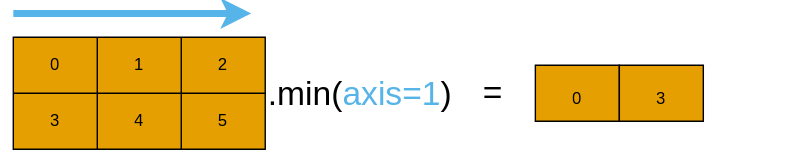
Above: content/img/np_min_2d_ax1.svg in qianglise/pykurs (draw.io), before the change. Source tidied: cells renumbered, new cells last; positions are measured from the earlier drawing's top-left corner, leaving out a move shared by most shapes. Its diagram source:
```xml
<mxGraphModel>
  <root>
    <mxCell id="0" />
    <mxCell id="1" parent="0" />
    <mxCell id="2" style="group;" parent="1" vertex="1">
      <mxGeometry y="17" width="553" height="80" as="geometry" />
    </mxCell>
    <mxCell id="3" style="group;" parent="2" vertex="1">
      <mxGeometry width="433" height="80" as="geometry" />
    </mxCell>
    <mxCell id="4" style="group;" parent="3" vertex="1">
      <mxGeometry width="313" height="80" as="geometry" />
    </mxCell>
    <mxCell id="5" style="group;" parent="4" vertex="1">
      <mxGeometry width="313" height="80" as="geometry" />
    </mxCell>
    <mxCell id="6" style="shape=table;startSize=0;shadow=0;sketch=0;fontColor=#000000;strokeColor=default;fillColor=#E69F00;gradientColor=none;" parent="5" vertex="1">
      <mxGeometry width="180" height="80" as="geometry" />
    </mxCell>
    <mxCell id="7" style="shape=tableRow;horizontal=0;startSize=0;swimlaneHead=0;swimlaneBody=0;top=0;left=0;bottom=0;right=0;fillColor=none;shadow=0;dashed=1;sketch=0;fontColor=#000000;strokeColor=default;" parent="6" vertex="1">
      <mxGeometry width="180" height="40" as="geometry" />
    </mxCell>
    <mxCell id="8" value="0" style="shape=partialRectangle;html=1;whiteSpace=wrap;overflow=hidden;fillColor=none;top=0;left=0;bottom=0;right=0;shadow=0;dashed=1;sketch=0;fontColor=#000000;strokeColor=default;" parent="7" vertex="1">
      <mxGeometry width="60" height="40" as="geometry" />
    </mxCell>
    <mxCell id="9" value="1" style="shape=partialRectangle;html=1;whiteSpace=wrap;overflow=hidden;fillColor=none;top=0;left=0;bottom=0;right=0;shadow=0;dashed=1;sketch=0;fontColor=#000000;strokeColor=default;" parent="7" vertex="1">
      <mxGeometry x="60" width="60" height="40" as="geometry" />
    </mxCell>
    <mxCell id="10" value="2" style="shape=partialRectangle;html=1;whiteSpace=wrap;overflow=hidden;fillColor=none;top=0;left=0;bottom=0;right=0;shadow=0;dashed=1;sketch=0;fontColor=#000000;strokeColor=default;" parent="7" vertex="1">
      <mxGeometry x="120" width="60" height="40" as="geometry" />
    </mxCell>
    <mxCell id="11" style="shape=tableRow;horizontal=0;startSize=0;swimlaneHead=0;swimlaneBody=0;top=0;left=0;bottom=0;right=0;fillColor=none;shadow=0;dashed=1;sketch=0;fontColor=#000000;strokeColor=default;" parent="6" vertex="1">
      <mxGeometry y="40" width="180" height="40" as="geometry" />
    </mxCell>
    <mxCell id="12" value="3" style="shape=partialRectangle;html=1;whiteSpace=wrap;overflow=hidden;fillColor=none;top=0;left=0;bottom=0;right=0;shadow=0;dashed=1;sketch=0;fontColor=#000000;strokeColor=default;" parent="11" vertex="1">
      <mxGeometry width="60" height="40" as="geometry" />
    </mxCell>
    <mxCell id="13" value="4" style="shape=partialRectangle;html=1;whiteSpace=wrap;overflow=hidden;fillColor=none;top=0;left=0;bottom=0;right=0;shadow=0;dashed=1;sketch=0;fontColor=#000000;strokeColor=default;" parent="11" vertex="1">
      <mxGeometry x="60" width="60" height="40" as="geometry" />
    </mxCell>
    <mxCell id="14" value="5" style="shape=partialRectangle;html=1;whiteSpace=wrap;overflow=hidden;fillColor=none;top=0;left=0;bottom=0;right=0;shadow=0;dashed=1;sketch=0;fontColor=#000000;strokeColor=default;" parent="11" vertex="1">
      <mxGeometry x="120" width="60" height="40" as="geometry" />
    </mxCell>
    <mxCell id="15" value=".min(&lt;font color=&quot;#56B4E9&quot;&gt;axis=1&lt;/font&gt;)" style="text;html=1;strokeColor=none;fillColor=none;align=center;verticalAlign=middle;whiteSpace=wrap;rounded=0;shadow=0;sketch=0;fontColor=#000000;fontSize=24;" parent="5" vertex="1">
      <mxGeometry x="183" y="26" width="130" height="30" as="geometry" />
    </mxCell>
    <mxCell id="16" style="group;" parent="3" vertex="1">
      <mxGeometry x="313" y="20" width="120" height="40" as="geometry" />
    </mxCell>
    <mxCell id="17" value="=" style="shape=partialRectangle;html=1;whiteSpace=wrap;overflow=hidden;fillColor=none;top=0;left=0;bottom=0;right=0;rounded=0;shadow=0;sketch=0;fontSize=24;fontColor=#000000;strokeColor=#000000;" parent="16" vertex="1">
      <mxGeometry width="60" height="40" as="geometry" />
    </mxCell>
    <mxCell id="18" style="shape=table;startSize=0;shadow=0;sketch=0;fontSize=24;fontColor=#000000;strokeColor=default;fillColor=#E69F00;gradientColor=none;" parent="16" vertex="1">
      <mxGeometry x="60" width="60" height="40" as="geometry" />
    </mxCell>
    <mxCell id="19" style="shape=tableRow;horizontal=0;startSize=0;swimlaneHead=0;swimlaneBody=0;top=0;left=0;bottom=0;right=0;fillColor=none;shadow=0;sketch=0;fontSize=24;fontColor=#000000;strokeColor=default;" parent="18" vertex="1">
      <mxGeometry width="60" height="40" as="geometry" />
    </mxCell>
    <mxCell id="20" value="&lt;font style=&quot;font-size: 12px&quot;&gt;0&lt;/font&gt;" style="shape=partialRectangle;html=1;whiteSpace=wrap;overflow=hidden;fillColor=none;top=0;left=0;bottom=0;right=0;shadow=0;sketch=0;fontSize=24;fontColor=#000000;strokeColor=default;" parent="19" vertex="1">
      <mxGeometry width="60" height="40" as="geometry" />
    </mxCell>
    <mxCell id="21" style="shape=table;startSize=0;shadow=0;sketch=0;fontSize=24;fontColor=#000000;strokeColor=default;fillColor=#E69F00;gradientColor=none;" parent="2" vertex="1">
      <mxGeometry x="433" y="20" width="60" height="40" as="geometry" />
    </mxCell>
    <mxCell id="22" style="shape=tableRow;horizontal=0;startSize=0;swimlaneHead=0;swimlaneBody=0;top=0;left=0;bottom=0;right=0;fillColor=none;shadow=0;sketch=0;fontSize=24;fontColor=#000000;strokeColor=default;" parent="21" vertex="1">
      <mxGeometry width="60" height="40" as="geometry" />
    </mxCell>
    <mxCell id="23" value="&lt;div&gt;&lt;font style=&quot;font-size: 12px&quot;&gt;3&lt;/font&gt;&lt;/div&gt;" style="shape=partialRectangle;html=1;whiteSpace=wrap;overflow=hidden;fillColor=none;top=0;left=0;bottom=0;right=0;shadow=0;sketch=0;fontSize=24;fontColor=#000000;strokeColor=default;" parent="22" vertex="1">
      <mxGeometry width="60" height="40" as="geometry" />
    </mxCell>
    <mxCell id="24" style="endArrow=classic;html=1;rounded=0;strokeColor=#56B4E9;strokeWidth=5;" parent="1" edge="1">
      <mxGeometry relative="1" as="geometry">
        <mxPoint as="sourcePoint" />
        <mxPoint x="170" as="targetPoint" />
      </mxGeometry>
    </mxCell>
  </root>
</mxGraphModel>
```
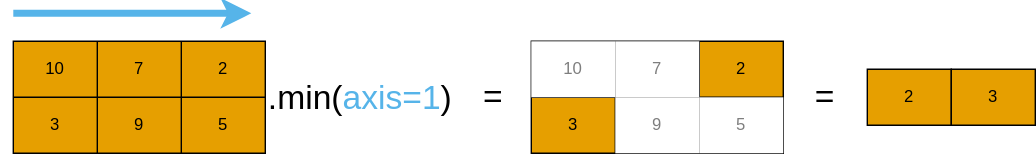
The same file after the commit.

The edit, as a diff of the source:
```diff
@@ -2,11 +2,14 @@
   <root>
     <mxCell id="0" />
     <mxCell id="1" parent="0" />
-    <mxCell id="2" style="group;" parent="1" vertex="1">
-      <mxGeometry y="17" width="553" height="80" as="geometry" />
+    <mxCell id="2" style="endArrow=classic;html=1;rounded=0;strokeColor=#56B4E9;strokeWidth=5;" parent="1" edge="1">
+      <mxGeometry relative="1" as="geometry">
+        <mxPoint x="620" y="10" as="sourcePoint" />
+        <mxPoint x="790" y="10" as="targetPoint" />
+      </mxGeometry>
     </mxCell>
-    <mxCell id="3" style="group;" parent="2" vertex="1">
-      <mxGeometry width="433" height="80" as="geometry" />
+    <mxCell id="3" style="group;" parent="1" vertex="1">
+      <mxGeometry x="620" y="30" width="430" height="80" as="geometry" />
     </mxCell>
     <mxCell id="4" style="group;" parent="3" vertex="1">
       <mxGeometry width="313" height="80" as="geometry" />
@@ -20,10 +23,10 @@
     <mxCell id="7" style="shape=tableRow;horizontal=0;startSize=0;swimlaneHead=0;swimlaneBody=0;top=0;left=0;bottom=0;right=0;fillColor=none;shadow=0;dashed=1;sketch=0;fontColor=#000000;strokeColor=default;" parent="6" vertex="1">
       <mxGeometry width="180" height="40" as="geometry" />
     </mxCell>
-    <mxCell id="8" value="0" style="shape=partialRectangle;html=1;whiteSpace=wrap;overflow=hidden;fillColor=none;top=0;left=0;bottom=0;right=0;shadow=0;dashed=1;sketch=0;fontColor=#000000;strokeColor=default;" parent="7" vertex="1">
+    <mxCell id="8" value="10" style="shape=partialRectangle;html=1;whiteSpace=wrap;overflow=hidden;fillColor=none;top=0;left=0;bottom=0;right=0;shadow=0;dashed=1;sketch=0;fontColor=#000000;strokeColor=default;" parent="7" vertex="1">
       <mxGeometry width="60" height="40" as="geometry" />
     </mxCell>
-    <mxCell id="9" value="1" style="shape=partialRectangle;html=1;whiteSpace=wrap;overflow=hidden;fillColor=none;top=0;left=0;bottom=0;right=0;shadow=0;dashed=1;sketch=0;fontColor=#000000;strokeColor=default;" parent="7" vertex="1">
+    <mxCell id="9" value="7" style="shape=partialRectangle;html=1;whiteSpace=wrap;overflow=hidden;fillColor=none;top=0;left=0;bottom=0;right=0;shadow=0;dashed=1;sketch=0;fontColor=#000000;strokeColor=default;" parent="7" vertex="1">
       <mxGeometry x="60" width="60" height="40" as="geometry" />
     </mxCell>
     <mxCell id="10" value="2" style="shape=partialRectangle;html=1;whiteSpace=wrap;overflow=hidden;fillColor=none;top=0;left=0;bottom=0;right=0;shadow=0;dashed=1;sketch=0;fontColor=#000000;strokeColor=default;" parent="7" vertex="1">
@@ -35,7 +38,7 @@
     <mxCell id="12" value="3" style="shape=partialRectangle;html=1;whiteSpace=wrap;overflow=hidden;fillColor=none;top=0;left=0;bottom=0;right=0;shadow=0;dashed=1;sketch=0;fontColor=#000000;strokeColor=default;" parent="11" vertex="1">
       <mxGeometry width="60" height="40" as="geometry" />
     </mxCell>
-    <mxCell id="13" value="4" style="shape=partialRectangle;html=1;whiteSpace=wrap;overflow=hidden;fillColor=none;top=0;left=0;bottom=0;right=0;shadow=0;dashed=1;sketch=0;fontColor=#000000;strokeColor=default;" parent="11" vertex="1">
+    <mxCell id="13" value="9" style="shape=partialRectangle;html=1;whiteSpace=wrap;overflow=hidden;fillColor=none;top=0;left=0;bottom=0;right=0;shadow=0;dashed=1;sketch=0;fontColor=#000000;strokeColor=default;" parent="11" vertex="1">
       <mxGeometry x="60" width="60" height="40" as="geometry" />
     </mxCell>
     <mxCell id="14" value="5" style="shape=partialRectangle;html=1;whiteSpace=wrap;overflow=hidden;fillColor=none;top=0;left=0;bottom=0;right=0;shadow=0;dashed=1;sketch=0;fontColor=#000000;strokeColor=default;" parent="11" vertex="1">
@@ -50,29 +53,56 @@
     <mxCell id="17" value="=" style="shape=partialRectangle;html=1;whiteSpace=wrap;overflow=hidden;fillColor=none;top=0;left=0;bottom=0;right=0;rounded=0;shadow=0;sketch=0;fontSize=24;fontColor=#000000;strokeColor=#000000;" parent="16" vertex="1">
       <mxGeometry width="60" height="40" as="geometry" />
     </mxCell>
-    <mxCell id="18" style="shape=table;startSize=0;shadow=0;sketch=0;fontSize=24;fontColor=#000000;strokeColor=default;fillColor=#E69F00;gradientColor=none;" parent="16" vertex="1">
-      <mxGeometry x="60" width="60" height="40" as="geometry" />
+    <mxCell id="18" style="shape=table;startSize=0;shadow=0;sketch=0;fontColor=#000000;strokeColor=default;fillColor=#E69F00;gradientColor=none;" parent="1" vertex="1">
+      <mxGeometry x="990" y="30" width="180" height="80" as="geometry" />
     </mxCell>
-    <mxCell id="19" style="shape=tableRow;horizontal=0;startSize=0;swimlaneHead=0;swimlaneBody=0;top=0;left=0;bottom=0;right=0;fillColor=none;shadow=0;sketch=0;fontSize=24;fontColor=#000000;strokeColor=default;" parent="18" vertex="1">
-      <mxGeometry width="60" height="40" as="geometry" />
+    <mxCell id="19" style="shape=tableRow;horizontal=0;startSize=0;swimlaneHead=0;swimlaneBody=0;top=0;left=0;bottom=0;right=0;fillColor=none;shadow=0;dashed=1;sketch=0;fontColor=#000000;strokeColor=default;" parent="18" vertex="1">
+      <mxGeometry width="180" height="40" as="geometry" />
     </mxCell>
-    <mxCell id="20" value="&lt;font style=&quot;font-size: 12px&quot;&gt;0&lt;/font&gt;" style="shape=partialRectangle;html=1;whiteSpace=wrap;overflow=hidden;fillColor=none;top=0;left=0;bottom=0;right=0;shadow=0;sketch=0;fontSize=24;fontColor=#000000;strokeColor=default;" parent="19" vertex="1">
+    <mxCell id="20" value="10" style="shape=partialRectangle;html=1;whiteSpace=wrap;overflow=hidden;fillColor=default;top=0;left=0;bottom=0;right=0;shadow=0;dashed=1;sketch=0;fontColor=#000000;strokeColor=default;textOpacity=50;" parent="19" vertex="1">
       <mxGeometry width="60" height="40" as="geometry" />
     </mxCell>
-    <mxCell id="21" style="shape=table;startSize=0;shadow=0;sketch=0;fontSize=24;fontColor=#000000;strokeColor=default;fillColor=#E69F00;gradientColor=none;" parent="2" vertex="1">
-      <mxGeometry x="433" y="20" width="60" height="40" as="geometry" />
+    <mxCell id="21" value="7" style="shape=partialRectangle;html=1;whiteSpace=wrap;overflow=hidden;fillColor=default;top=0;left=0;bottom=0;right=0;shadow=0;dashed=1;sketch=0;fontColor=#000000;strokeColor=default;textOpacity=50;" parent="19" vertex="1">
+      <mxGeometry x="60" width="60" height="40" as="geometry" />
     </mxCell>
-    <mxCell id="22" style="shape=tableRow;horizontal=0;startSize=0;swimlaneHead=0;swimlaneBody=0;top=0;left=0;bottom=0;right=0;fillColor=none;shadow=0;sketch=0;fontSize=24;fontColor=#000000;strokeColor=default;" parent="21" vertex="1">
-      <mxGeometry width="60" height="40" as="geometry" />
+    <mxCell id="22" value="2" style="shape=partialRectangle;html=1;whiteSpace=wrap;overflow=hidden;fillColor=none;top=0;left=0;bottom=0;right=0;shadow=0;dashed=1;sketch=0;fontColor=#000000;strokeColor=default;" parent="19" vertex="1">
+      <mxGeometry x="120" width="60" height="40" as="geometry" />
     </mxCell>
-    <mxCell id="23" value="&lt;div&gt;&lt;font style=&quot;font-size: 12px&quot;&gt;3&lt;/font&gt;&lt;/div&gt;" style="shape=partialRectangle;html=1;whiteSpace=wrap;overflow=hidden;fillColor=none;top=0;left=0;bottom=0;right=0;shadow=0;sketch=0;fontSize=24;fontColor=#000000;strokeColor=default;" parent="22" vertex="1">
-      <mxGeometry width="60" height="40" as="geometry" />
+    <mxCell id="23" style="shape=tableRow;horizontal=0;startSize=0;swimlaneHead=0;swimlaneBody=0;top=0;left=0;bottom=0;right=0;fillColor=none;shadow=0;dashed=1;sketch=0;fontColor=#000000;strokeColor=default;" parent="18" vertex="1">
+      <mxGeometry y="40" width="180" height="40" as="geometry" />
     </mxCell>
-    <mxCell id="24" style="endArrow=classic;html=1;rounded=0;strokeColor=#56B4E9;strokeWidth=5;" parent="1" edge="1">
-      <mxGeometry relative="1" as="geometry">
-        <mxPoint as="sourcePoint" />
-        <mxPoint x="170" as="targetPoint" />
-      </mxGeometry>
+    <mxCell id="24" value="3" style="shape=partialRectangle;html=1;whiteSpace=wrap;overflow=hidden;fillColor=none;top=0;left=0;bottom=0;right=0;shadow=0;dashed=1;sketch=0;fontColor=#000000;strokeColor=default;" parent="23" vertex="1">
+      <mxGeometry width="60" height="40" as="geometry" />
     </mxCell>
+    <mxCell id="25" value="9" style="shape=partialRectangle;html=1;whiteSpace=wrap;overflow=hidden;fillColor=default;top=0;left=0;bottom=0;right=0;shadow=0;dashed=1;sketch=0;fontColor=#000000;strokeColor=default;textOpacity=50;" parent="23" vertex="1">
+      <mxGeometry x="60" width="60" height="40" as="geometry" />
+    </mxCell>
+    <mxCell id="26" value="5" style="shape=partialRectangle;html=1;whiteSpace=wrap;overflow=hidden;fillColor=default;top=0;left=0;bottom=0;right=0;shadow=0;dashed=1;sketch=0;fontColor=#000000;strokeColor=default;textOpacity=50;" parent="23" vertex="1">
+      <mxGeometry x="120" width="60" height="40" as="geometry" />
+    </mxCell>
+    <mxCell id="27" style="group;" parent="1" vertex="1">
+      <mxGeometry x="1170" y="50" width="120" height="40" as="geometry" />
+    </mxCell>
+    <mxCell id="28" value="=" style="shape=partialRectangle;html=1;whiteSpace=wrap;overflow=hidden;fillColor=none;top=0;left=0;bottom=0;right=0;rounded=0;shadow=0;sketch=0;fontSize=24;fontColor=#000000;strokeColor=#000000;" parent="27" vertex="1">
+      <mxGeometry width="60" height="40" as="geometry" />
+    </mxCell>
+    <mxCell id="29" style="shape=table;startSize=0;shadow=0;sketch=0;fontSize=24;fontColor=#000000;strokeColor=default;fillColor=#E69F00;gradientColor=none;" parent="27" vertex="1">
+      <mxGeometry x="60" width="60" height="40" as="geometry" />
+    </mxCell>
+    <mxCell id="30" style="shape=tableRow;horizontal=0;startSize=0;swimlaneHead=0;swimlaneBody=0;top=0;left=0;bottom=0;right=0;fillColor=none;shadow=0;sketch=0;fontSize=24;fontColor=#000000;strokeColor=default;" parent="29" vertex="1">
+      <mxGeometry width="60" height="40" as="geometry" />
+    </mxCell>
+    <mxCell id="31" value="2" style="shape=partialRectangle;html=1;whiteSpace=wrap;overflow=hidden;fillColor=none;top=0;left=0;bottom=0;right=0;shadow=0;sketch=0;fontSize=12;fontColor=#000000;strokeColor=default;" parent="30" vertex="1">
+      <mxGeometry width="60" height="40" as="geometry" />
+    </mxCell>
+    <mxCell id="32" style="shape=table;startSize=0;shadow=0;sketch=0;fontSize=24;fontColor=#000000;strokeColor=default;fillColor=#E69F00;gradientColor=none;" parent="1" vertex="1">
+      <mxGeometry x="1290" y="50" width="60" height="40" as="geometry" />
+    </mxCell>
+    <mxCell id="33" style="shape=tableRow;horizontal=0;startSize=0;swimlaneHead=0;swimlaneBody=0;top=0;left=0;bottom=0;right=0;fillColor=none;shadow=0;sketch=0;fontSize=24;fontColor=#000000;strokeColor=default;" parent="32" vertex="1">
+      <mxGeometry width="60" height="40" as="geometry" />
+    </mxCell>
+    <mxCell id="34" value="&lt;div style=&quot;font-size: 12px;&quot;&gt;&lt;font style=&quot;font-size: 12px&quot;&gt;3&lt;/font&gt;&lt;/div&gt;" style="shape=partialRectangle;html=1;whiteSpace=wrap;overflow=hidden;fillColor=none;top=0;left=0;bottom=0;right=0;shadow=0;sketch=0;fontSize=12;fontColor=#000000;strokeColor=default;" parent="33" vertex="1">
+      <mxGeometry width="60" height="40" as="geometry" />
+    </mxCell>
   </root>
 </mxGraphModel>
```
